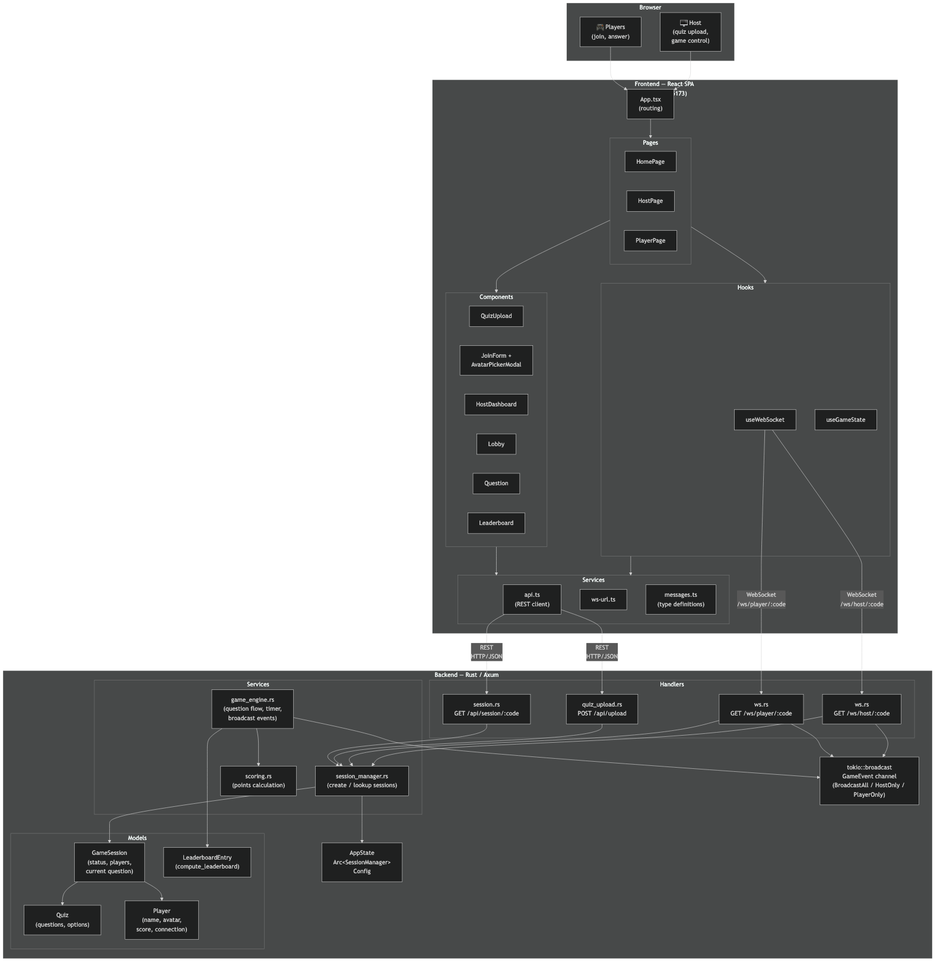
The Mermaid diagram docs/images/architecture.png in campeis/quiz-game, before a commit. Its source is kept beside it as docs/diagrams/architecture.mmd.
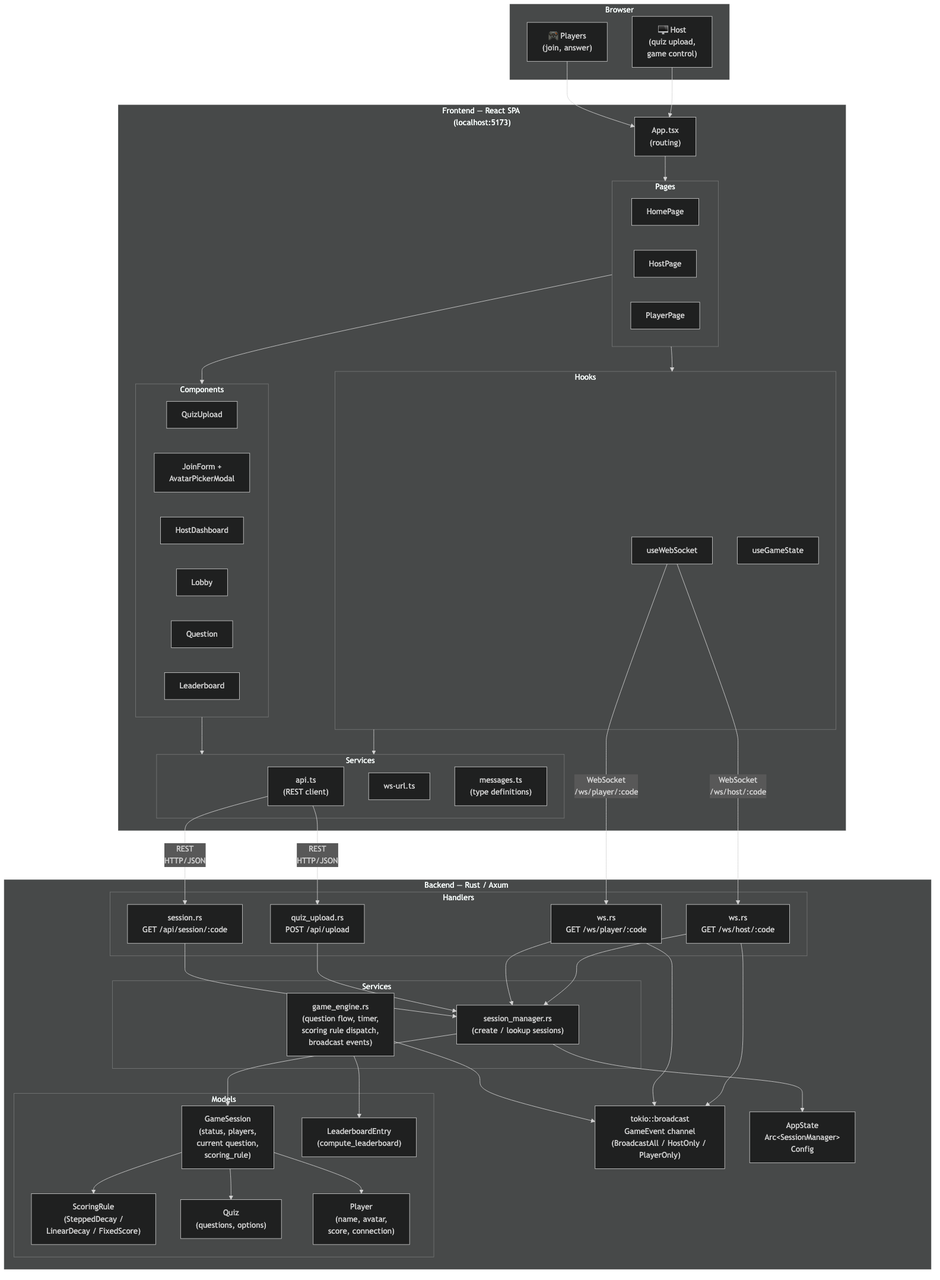
After the change.

What changed in the source:
```diff
@@ -44,12 +44,12 @@
 
         subgraph Services_BE["Services"]
             SessionMgr["session_manager.rs<br/>(create / lookup sessions)"]
-            GameEngine["game_engine.rs<br/>(question flow, timer,<br/>broadcast events)"]
-            Scoring["scoring.rs<br/>(points calculation)"]
+            GameEngine["game_engine.rs<br/>(question flow, timer,<br/>scoring rule dispatch,<br/>broadcast events)"]
         end
 
         subgraph Models["Models"]
-            SessionM["GameSession<br/>(status, players,<br/>current question)"]
+            SessionM["GameSession<br/>(status, players,<br/>current question,<br/>scoring_rule)"]
+            ScoringRule["ScoringRule<br/>(SteppedDecay /<br/>LinearDecay / FixedScore)"]
             QuizM["Quiz<br/>(questions, options)"]
             PlayerM["Player<br/>(name, avatar,<br/>score, connection)"]
             Leaderboard_BE["LeaderboardEntry<br/>(compute_leaderboard)"]
@@ -81,9 +81,9 @@
 
     SessionMgr --> State
     GameEngine --> Broadcast
-    GameEngine --> Scoring
     GameEngine --> Leaderboard_BE
 
     SessionMgr --> SessionM
+    SessionM --> ScoringRule
     SessionM --> QuizM
     SessionM --> PlayerM
```
